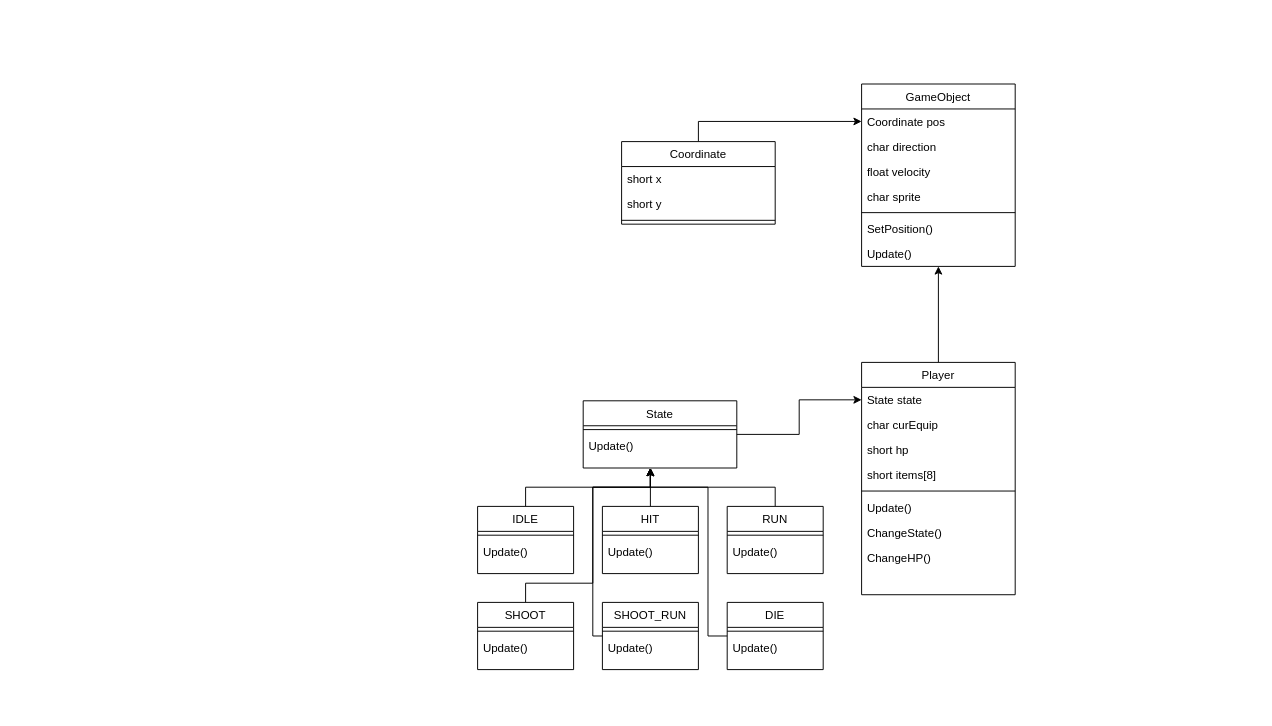
Earlier version of the draw.io diagram server_class_diagram.drawio (kakik/agari). Source tidied: cells renumbered, new cells numbered last; positions are measured from the earlier drawing's top-left corner, leaving out a move shared by most shapes. Both pictures are drawn from the tidied source at 96%, with x=0, y=0 at pixel (477, 84).
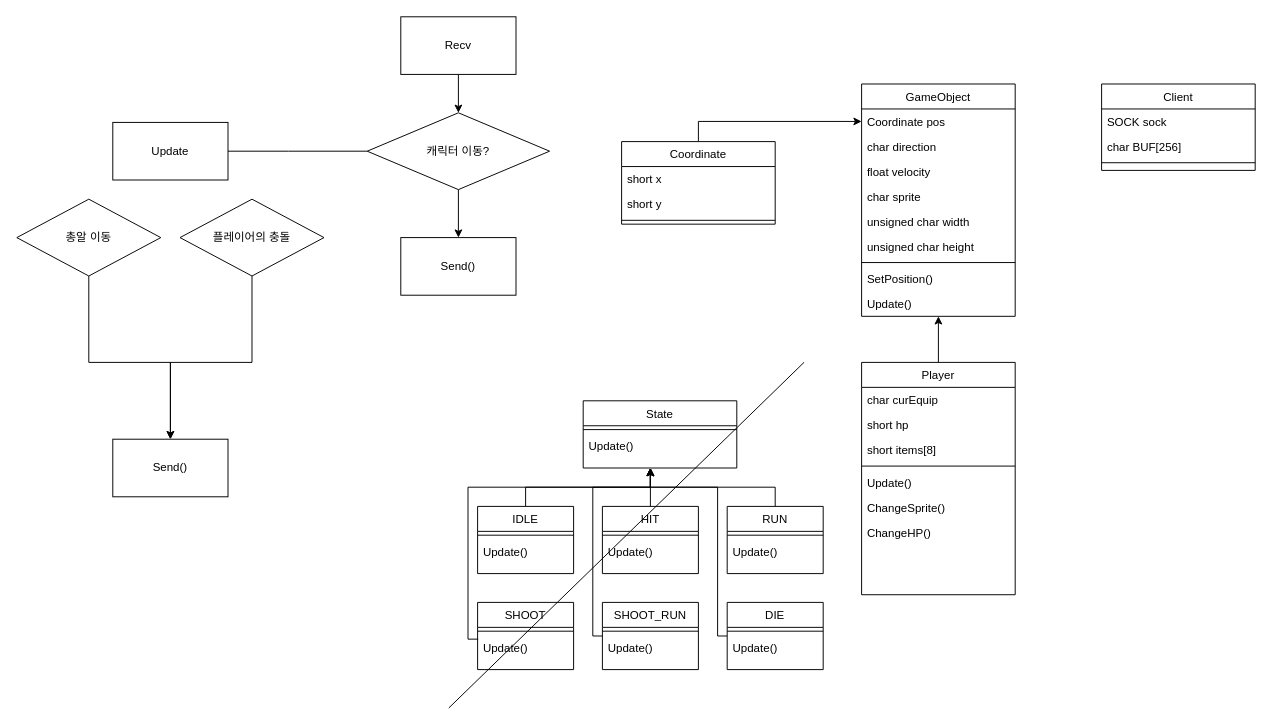
After the change.

Commit message (it also covers changes not shown here):
클래스 다이어그램 변경 / 넷겜플 기획서 1029 버전 추가

The change refers to these unchanged cells:
```xml
<mxCell id="3" value="Player" style="swimlane;fontStyle=0;align=center;verticalAlign=top;horizontal=1;startSize=26;rounded=0;shadow=0;strokeWidth=1;" parent="1" vertex="1">
  <mxGeometry x="400" y="290" width="160" height="242" as="geometry" />
</mxCell>
<mxCell id="13" value="State" style="swimlane;fontStyle=0;align=center;verticalAlign=top;horizontal=1;startSize=26;rounded=0;shadow=0;strokeWidth=1;" parent="1" vertex="1">
  <mxGeometry x="110" y="330" width="160" height="70" as="geometry" />
</mxCell>
<mxCell id="17" value="IDLE" style="swimlane;fontStyle=0;align=center;verticalAlign=top;horizontal=1;startSize=26;rounded=0;shadow=0;strokeWidth=1;" parent="1" vertex="1">
  <mxGeometry y="440" width="100" height="70" as="geometry" />
</mxCell>
<mxCell id="21" value="HIT" style="swimlane;fontStyle=0;align=center;verticalAlign=top;horizontal=1;startSize=26;rounded=0;shadow=0;strokeWidth=1;" parent="1" vertex="1">
  <mxGeometry x="130" y="440" width="100" height="70" as="geometry" />
</mxCell>
<mxCell id="25" value="RUN" style="swimlane;fontStyle=0;align=center;verticalAlign=top;horizontal=1;startSize=26;rounded=0;shadow=0;strokeWidth=1;" parent="1" vertex="1">
  <mxGeometry x="260" y="440" width="100" height="70" as="geometry" />
</mxCell>
<mxCell id="29" value="SHOOT" style="swimlane;fontStyle=0;align=center;verticalAlign=top;horizontal=1;startSize=26;rounded=0;shadow=0;strokeWidth=1;" parent="1" vertex="1">
  <mxGeometry y="540" width="100" height="70" as="geometry" />
</mxCell>
<mxCell id="33" value="DIE" style="swimlane;fontStyle=0;align=center;verticalAlign=top;horizontal=1;startSize=26;rounded=0;shadow=0;strokeWidth=1;" parent="1" vertex="1">
  <mxGeometry x="260" y="540" width="100" height="70" as="geometry" />
</mxCell>
<mxCell id="37" value="SHOOT_RUN" style="swimlane;fontStyle=0;align=center;verticalAlign=top;horizontal=1;startSize=26;rounded=0;shadow=0;strokeWidth=1;" parent="1" vertex="1">
  <mxGeometry x="130" y="540" width="100" height="70" as="geometry" />
</mxCell>
```

Diff of the diagram source:
```diff
@@
-    <mxCell id="4" value="State state" style="text;align=left;verticalAlign=top;spacingLeft=4;spacingRight=4;overflow=hidden;points=[[0,0.5],[1,0.5]];portConstraint=eastwest;rounded=0;shadow=0;html=0;" parent="3" vertex="1">
-      <mxGeometry y="26" width="160" height="26" as="geometry" />
-    </mxCell>
     <mxCell id="5" value="char curEquip" style="text;align=left;verticalAlign=top;spacingLeft=4;spacingRight=4;overflow=hidden;rounded=0;shadow=0;html=0;" parent="3" vertex="1">
-      <mxGeometry y="52" width="160" height="26" as="geometry" />
+      <mxGeometry y="26" width="160" height="26" as="geometry" />
     </mxCell>
     <mxCell id="6" value="short hp" style="text;align=left;verticalAlign=top;spacingLeft=4;spacingRight=4;overflow=hidden;rounded=0;shadow=0;html=0;" parent="3" vertex="1">
-      <mxGeometry y="78" width="160" height="26" as="geometry" />
+      <mxGeometry y="52" width="160" height="26" as="geometry" />
     </mxCell>
     <mxCell id="7" value="short items[8]" style="text;align=left;verticalAlign=top;spacingLeft=4;spacingRight=4;overflow=hidden;rounded=0;shadow=0;html=0;" parent="3" vertex="1">
-      <mxGeometry y="104" width="160" height="26" as="geometry" />
+      <mxGeometry y="78" width="160" height="26" as="geometry" />
     </mxCell>
     <mxCell id="8" style="line;html=1;strokeWidth=1;align=left;verticalAlign=middle;spacingTop=-1;spacingLeft=3;spacingRight=3;labelPosition=right;" parent="3" vertex="1">
-      <mxGeometry y="130" width="160" height="8" as="geometry" />
+      <mxGeometry y="104" width="160" height="8" as="geometry" />
     </mxCell>
     <mxCell id="9" value="Update()" style="text;align=left;verticalAlign=top;spacingLeft=4;spacingRight=4;overflow=hidden;fontStyle=0;" parent="3" vertex="1">
-      <mxGeometry y="138" width="160" height="26" as="geometry" />
+      <mxGeometry y="112" width="160" height="26" as="geometry" />
     </mxCell>
-    <mxCell id="10" value="ChangeState()" style="text;align=left;verticalAlign=top;spacingLeft=4;spacingRight=4;overflow=hidden;" parent="3" vertex="1">
-      <mxGeometry y="164" width="160" height="26" as="geometry" />
+    <mxCell id="10" value="ChangeSprite()" style="text;align=left;verticalAlign=top;spacingLeft=4;spacingRight=4;overflow=hidden;" parent="3" vertex="1">
+      <mxGeometry y="138" width="160" height="26" as="geometry" />
     </mxCell>
     <mxCell id="11" value="ChangeHP()" style="text;align=left;verticalAlign=top;spacingLeft=4;spacingRight=4;overflow=hidden;" parent="3" vertex="1">
-      <mxGeometry y="190" width="160" height="26" as="geometry" />
+      <mxGeometry y="164" width="160" height="26" as="geometry" />
     </mxCell>
-    <mxCell id="12" style="edgeStyle=orthogonalEdgeStyle;rounded=0;jettySize=auto;html=1;entryX=0;entryY=0.5;entryDx=0;entryDy=0;" parent="1" edge="1" source="13" target="4">
-      <mxGeometry relative="1" as="geometry" />
-    </mxCell>
@@
-    <mxCell id="14" style="line;html=1;strokeWidth=1;align=left;verticalAlign=middle;spacingTop=-1;spacingLeft=3;spacingRight=3;labelPosition=right;" parent="13" vertex="1">
+    <mxCell id="14" style="line;html=1;strokeWidth=1;align=left;verticalAlign=middle;spacingTop=-1;spacingLeft=3;spacingRight=3;labelPosition=right;fontStyle=0;" parent="13" vertex="1">
       <mxGeometry y="26" width="160" height="8" as="geometry" />
     </mxCell>
-    <mxCell id="15" value="Update()" style="text;align=left;verticalAlign=top;spacingLeft=4;spacingRight=4;overflow=hidden;rounded=0;shadow=0;html=0;" parent="13" vertex="1">
+    <mxCell id="15" value="Update()" style="text;align=left;verticalAlign=top;spacingLeft=4;spacingRight=4;overflow=hidden;rounded=0;shadow=0;html=0;fontStyle=0;" parent="13" vertex="1">
       <mxGeometry y="34" width="160" height="26" as="geometry" />
     </mxCell>
-    <mxCell id="16" style="edgeStyle=orthogonalEdgeStyle;rounded=0;jettySize=auto;html=1;" parent="1" edge="1" source="17">
+    <mxCell id="16" style="edgeStyle=orthogonalEdgeStyle;rounded=0;jettySize=auto;html=1;fontStyle=0;" parent="1" edge="1" source="17">
       <mxGeometry relative="1" as="geometry">
         <mxPoint x="180" y="400" as="targetPoint" />
         <Array as="points">
           <mxPoint x="50" y="420" />
           <mxPoint x="180" y="420" />
         </Array>
       </mxGeometry>
     </mxCell>
@@
-    <mxCell id="18" style="line;html=1;strokeWidth=1;align=left;verticalAlign=middle;spacingTop=-1;spacingLeft=3;spacingRight=3;labelPosition=right;" parent="17" vertex="1">
+    <mxCell id="18" style="line;html=1;strokeWidth=1;align=left;verticalAlign=middle;spacingTop=-1;spacingLeft=3;spacingRight=3;labelPosition=right;fontStyle=0;" parent="17" vertex="1">
       <mxGeometry y="26" width="100" height="8" as="geometry" />
     </mxCell>
-    <mxCell id="19" value="Update()" style="text;align=left;verticalAlign=top;spacingLeft=4;spacingRight=4;overflow=hidden;rounded=0;shadow=0;html=0;" parent="17" vertex="1">
+    <mxCell id="19" value="Update()" style="text;align=left;verticalAlign=top;spacingLeft=4;spacingRight=4;overflow=hidden;rounded=0;shadow=0;html=0;fontStyle=0;" parent="17" vertex="1">
       <mxGeometry y="34" width="100" height="26" as="geometry" />
     </mxCell>
-    <mxCell id="20" style="edgeStyle=orthogonalEdgeStyle;rounded=0;jettySize=auto;html=1;" parent="1" edge="1" source="21">
+    <mxCell id="20" style="edgeStyle=orthogonalEdgeStyle;rounded=0;jettySize=auto;html=1;fontStyle=0;" parent="1" edge="1" source="21">
       <mxGeometry relative="1" as="geometry">
         <mxPoint x="180" y="400" as="targetPoint" />
       </mxGeometry>
     </mxCell>
@@
-    <mxCell id="22" style="line;html=1;strokeWidth=1;align=left;verticalAlign=middle;spacingTop=-1;spacingLeft=3;spacingRight=3;labelPosition=right;" parent="21" vertex="1">
+    <mxCell id="22" style="line;html=1;strokeWidth=1;align=left;verticalAlign=middle;spacingTop=-1;spacingLeft=3;spacingRight=3;labelPosition=right;fontStyle=0;" parent="21" vertex="1">
       <mxGeometry y="26" width="100" height="8" as="geometry" />
     </mxCell>
-    <mxCell id="23" value="Update()" style="text;align=left;verticalAlign=top;spacingLeft=4;spacingRight=4;overflow=hidden;rounded=0;shadow=0;html=0;" parent="21" vertex="1">
+    <mxCell id="23" value="Update()" style="text;align=left;verticalAlign=top;spacingLeft=4;spacingRight=4;overflow=hidden;rounded=0;shadow=0;html=0;fontStyle=0;" parent="21" vertex="1">
       <mxGeometry y="34" width="100" height="26" as="geometry" />
     </mxCell>
-    <mxCell id="24" style="edgeStyle=orthogonalEdgeStyle;rounded=0;jettySize=auto;html=1;" parent="1" edge="1" source="25">
+    <mxCell id="24" style="edgeStyle=orthogonalEdgeStyle;rounded=0;jettySize=auto;html=1;fontStyle=0;" parent="1" edge="1" source="25">
       <mxGeometry relative="1" as="geometry">
         <mxPoint x="180" y="400" as="targetPoint" />
         <Array as="points">
           <mxPoint x="310" y="420" />
           <mxPoint x="180" y="420" />
         </Array>
       </mxGeometry>
     </mxCell>
@@
-    <mxCell id="26" style="line;html=1;strokeWidth=1;align=left;verticalAlign=middle;spacingTop=-1;spacingLeft=3;spacingRight=3;labelPosition=right;" parent="25" vertex="1">
+    <mxCell id="26" style="line;html=1;strokeWidth=1;align=left;verticalAlign=middle;spacingTop=-1;spacingLeft=3;spacingRight=3;labelPosition=right;fontStyle=0;" parent="25" vertex="1">
       <mxGeometry y="26" width="100" height="8" as="geometry" />
     </mxCell>
-    <mxCell id="27" value="Update()" style="text;align=left;verticalAlign=top;spacingLeft=4;spacingRight=4;overflow=hidden;rounded=0;shadow=0;html=0;" parent="25" vertex="1">
+    <mxCell id="27" value="Update()" style="text;align=left;verticalAlign=top;spacingLeft=4;spacingRight=4;overflow=hidden;rounded=0;shadow=0;html=0;fontStyle=0;" parent="25" vertex="1">
       <mxGeometry y="34" width="100" height="26" as="geometry" />
     </mxCell>
-    <mxCell id="28" style="edgeStyle=orthogonalEdgeStyle;rounded=0;jettySize=auto;html=1;exitX=0.5;exitY=0;exitDx=0;exitDy=0;" parent="1" edge="1" source="29">
+    <mxCell id="28" style="edgeStyle=orthogonalEdgeStyle;rounded=0;jettySize=auto;html=1;exitX=0.006;exitY=0.164;exitDx=0;exitDy=0;exitPerimeter=0;fontStyle=0;" parent="1" edge="1" source="31">
       <mxGeometry relative="1" as="geometry">
         <mxPoint x="180" y="400" as="targetPoint" />
         <Array as="points">
-          <mxPoint x="50" y="520" />
-          <mxPoint x="120" y="520" />
-          <mxPoint x="120" y="420" />
+          <mxPoint x="-10" y="578" />
+          <mxPoint x="-10" y="420" />
           <mxPoint x="180" y="420" />
         </Array>
       </mxGeometry>
     </mxCell>
@@
-    <mxCell id="30" style="line;html=1;strokeWidth=1;align=left;verticalAlign=middle;spacingTop=-1;spacingLeft=3;spacingRight=3;labelPosition=right;" parent="29" vertex="1">
+    <mxCell id="30" style="line;html=1;strokeWidth=1;align=left;verticalAlign=middle;spacingTop=-1;spacingLeft=3;spacingRight=3;labelPosition=right;fontStyle=0;" parent="29" vertex="1">
       <mxGeometry y="26" width="100" height="8" as="geometry" />
     </mxCell>
-    <mxCell id="31" value="Update()" style="text;align=left;verticalAlign=top;spacingLeft=4;spacingRight=4;overflow=hidden;points=[[0,0.5],[1,0.5]];portConstraint=eastwest;rounded=0;shadow=0;html=0;" parent="29" vertex="1">
+    <mxCell id="31" value="Update()" style="text;align=left;verticalAlign=top;spacingLeft=4;spacingRight=4;overflow=hidden;points=[[0,0.5],[1,0.5]];portConstraint=eastwest;rounded=0;shadow=0;html=0;fontStyle=0;" parent="29" vertex="1">
       <mxGeometry y="34" width="100" height="26" as="geometry" />
     </mxCell>
-    <mxCell id="32" style="edgeStyle=orthogonalEdgeStyle;rounded=0;jettySize=auto;html=1;" parent="1" edge="1" source="33">
+    <mxCell id="32" style="edgeStyle=orthogonalEdgeStyle;rounded=0;jettySize=auto;html=1;fontStyle=0;" parent="1" edge="1" source="33">
       <mxGeometry relative="1" as="geometry">
         <mxPoint x="180" y="400" as="targetPoint" />
         <Array as="points">
-          <mxPoint x="240" y="575" />
-          <mxPoint x="240" y="420" />
+          <mxPoint x="250" y="575" />
+          <mxPoint x="250" y="420" />
           <mxPoint x="180" y="420" />
         </Array>
       </mxGeometry>
     </mxCell>
@@
-    <mxCell id="34" style="line;html=1;strokeWidth=1;align=left;verticalAlign=middle;spacingTop=-1;spacingLeft=3;spacingRight=3;labelPosition=right;" parent="33" vertex="1">
+    <mxCell id="34" style="line;html=1;strokeWidth=1;align=left;verticalAlign=middle;spacingTop=-1;spacingLeft=3;spacingRight=3;labelPosition=right;fontStyle=0;" parent="33" vertex="1">
       <mxGeometry y="26" width="100" height="8" as="geometry" />
     </mxCell>
-    <mxCell id="35" value="Update()" style="text;align=left;verticalAlign=top;spacingLeft=4;spacingRight=4;overflow=hidden;rounded=0;shadow=0;html=0;" parent="33" vertex="1">
+    <mxCell id="35" value="Update()" style="text;align=left;verticalAlign=top;spacingLeft=4;spacingRight=4;overflow=hidden;rounded=0;shadow=0;html=0;fontStyle=0;" parent="33" vertex="1">
       <mxGeometry y="34" width="100" height="26" as="geometry" />
     </mxCell>
-    <mxCell id="36" style="edgeStyle=orthogonalEdgeStyle;rounded=0;jettySize=auto;html=1;" parent="1" edge="1" source="37">
+    <mxCell id="36" style="edgeStyle=orthogonalEdgeStyle;rounded=0;jettySize=auto;html=1;fontStyle=0;" parent="1" edge="1" source="37">
       <mxGeometry relative="1" as="geometry">
         <mxPoint x="180" y="400" as="targetPoint" />
         <Array as="points">
           <mxPoint x="120" y="575" />
           <mxPoint x="120" y="420" />
           <mxPoint x="180" y="420" />
         </Array>
       </mxGeometry>
     </mxCell>
@@
-    <mxCell id="38" style="line;html=1;strokeWidth=1;align=left;verticalAlign=middle;spacingTop=-1;spacingLeft=3;spacingRight=3;labelPosition=right;" parent="37" vertex="1">
+    <mxCell id="38" style="line;html=1;strokeWidth=1;align=left;verticalAlign=middle;spacingTop=-1;spacingLeft=3;spacingRight=3;labelPosition=right;fontStyle=0;" parent="37" vertex="1">
       <mxGeometry y="26" width="100" height="8" as="geometry" />
     </mxCell>
-    <mxCell id="39" value="Update()" style="text;align=left;verticalAlign=top;spacingLeft=4;spacingRight=4;overflow=hidden;rounded=0;shadow=0;html=0;" parent="37" vertex="1">
+    <mxCell id="39" value="Update()" style="text;align=left;verticalAlign=top;spacingLeft=4;spacingRight=4;overflow=hidden;rounded=0;shadow=0;html=0;fontStyle=0;" parent="37" vertex="1">
       <mxGeometry y="34" width="100" height="26" as="geometry" />
     </mxCell>
@@
     <mxCell id="45" value="GameObject" style="swimlane;fontStyle=0;align=center;verticalAlign=top;horizontal=1;startSize=26;rounded=0;shadow=0;strokeWidth=1;" parent="1" vertex="1">
-      <mxGeometry x="400" width="160" height="190" as="geometry" />
+      <mxGeometry x="400" width="160" height="242" as="geometry" />
     </mxCell>
@@
+    <mxCell id="53" value="unsigned char width" style="text;align=left;verticalAlign=top;spacingLeft=4;spacingRight=4;overflow=hidden;" parent="45" vertex="1">
+      <mxGeometry y="130" width="160" height="26" as="geometry" />
+    </mxCell>
+    <mxCell id="54" value="unsigned char height" style="text;align=left;verticalAlign=top;spacingLeft=4;spacingRight=4;overflow=hidden;" parent="45" vertex="1">
+      <mxGeometry y="156" width="160" height="26" as="geometry" />
+    </mxCell>
     <mxCell id="50" style="line;html=1;strokeWidth=1;align=left;verticalAlign=middle;spacingTop=-1;spacingLeft=3;spacingRight=3;labelPosition=right;" parent="45" vertex="1">
-      <mxGeometry y="130" width="160" height="8" as="geometry" />
+      <mxGeometry y="182" width="160" height="8" as="geometry" />
     </mxCell>
     <mxCell id="51" value="SetPosition()" style="text;align=left;verticalAlign=top;spacingLeft=4;spacingRight=4;overflow=hidden;rounded=0;shadow=0;html=0;" parent="45" vertex="1">
-      <mxGeometry y="138" width="160" height="26" as="geometry" />
+      <mxGeometry y="190" width="160" height="26" as="geometry" />
     </mxCell>
     <mxCell id="52" value="Update()" style="text;align=left;verticalAlign=top;spacingLeft=4;spacingRight=4;overflow=hidden;rounded=0;shadow=0;html=0;" parent="45" vertex="1">
-      <mxGeometry y="164" width="160" height="26" as="geometry" />
+      <mxGeometry y="216" width="160" height="26" as="geometry" />
     </mxCell>
+    <mxCell id="55" value="Client&#10;" style="swimlane;fontStyle=0;align=center;verticalAlign=top;horizontal=1;startSize=26;rounded=0;shadow=0;strokeWidth=1;" parent="1" vertex="1">
+      <mxGeometry x="650" width="160" height="90" as="geometry" />
+    </mxCell>
+    <mxCell id="56" value="SOCK sock" style="text;align=left;verticalAlign=top;spacingLeft=4;spacingRight=4;overflow=hidden;rounded=0;shadow=0;html=0;" parent="55" vertex="1">
+      <mxGeometry y="26" width="160" height="26" as="geometry" />
+    </mxCell>
+    <mxCell id="57" value="char BUF[256]" style="text;align=left;verticalAlign=top;spacingLeft=4;spacingRight=4;overflow=hidden;rounded=0;shadow=0;html=0;" parent="55" vertex="1">
+      <mxGeometry y="52" width="160" height="26" as="geometry" />
+    </mxCell>
+    <mxCell id="58" style="line;html=1;strokeWidth=1;align=left;verticalAlign=middle;spacingTop=-1;spacingLeft=3;spacingRight=3;labelPosition=right;" parent="55" vertex="1">
+      <mxGeometry y="78" width="160" height="8" as="geometry" />
+    </mxCell>
+    <mxCell id="59" style="edgeStyle=orthogonalEdgeStyle;rounded=0;jettySize=auto;html=1;" parent="1" edge="1" source="60" target="61">
+      <mxGeometry relative="1" as="geometry">
+        <Array as="points">
+          <mxPoint x="-235" y="290" />
+          <mxPoint x="-320" y="290" />
+        </Array>
+      </mxGeometry>
+    </mxCell>
+    <mxCell id="60" value="플레이어의 충돌" style="rhombus;whiteSpace=wrap;html=1;" parent="1" vertex="1">
+      <mxGeometry x="-310" y="120" width="150" height="80" as="geometry" />
+    </mxCell>
+    <mxCell id="61" value="Send()" style="whiteSpace=wrap;html=1;" parent="1" vertex="1">
+      <mxGeometry x="-380" y="370" width="120" height="60" as="geometry" />
+    </mxCell>
+    <mxCell id="62" style="edgeStyle=orthogonalEdgeStyle;rounded=0;jettySize=auto;html=1;entryX=0.5;entryY=0;entryDx=0;entryDy=0;exitX=0.5;exitY=1;exitDx=0;exitDy=0;" parent="1" edge="1" source="63" target="61">
+      <mxGeometry relative="1" as="geometry">
+        <Array as="points">
+          <mxPoint x="-405" y="290" />
+          <mxPoint x="-320" y="290" />
+        </Array>
+      </mxGeometry>
+    </mxCell>
+    <mxCell id="63" value="총알 이동" style="rhombus;whiteSpace=wrap;html=1;" parent="1" vertex="1">
+      <mxGeometry x="-480" y="120" width="150" height="80" as="geometry" />
+    </mxCell>
+    <mxCell id="64" value="Send()" style="whiteSpace=wrap;html=1;" parent="1" vertex="1">
+      <mxGeometry x="-80" y="160" width="120" height="60" as="geometry" />
+    </mxCell>
+    <mxCell id="65" style="edgeStyle=orthogonalEdgeStyle;rounded=0;jettySize=auto;html=1;entryX=0.5;entryY=0;entryDx=0;entryDy=0;" parent="1" edge="1" source="66" target="69">
+      <mxGeometry relative="1" as="geometry" />
+    </mxCell>
+    <mxCell id="66" value="Recv" style="rounded=0;whiteSpace=wrap;html=1;" parent="1" vertex="1">
+      <mxGeometry x="-80" y="-70" width="120" height="60" as="geometry" />
+    </mxCell>
+    <mxCell id="67" style="edgeStyle=orthogonalEdgeStyle;rounded=0;jettySize=auto;html=1;" parent="1" edge="1" source="69" target="64">
+      <mxGeometry relative="1" as="geometry" />
+    </mxCell>
+    <mxCell id="68" style="edgeStyle=orthogonalEdgeStyle;rounded=0;jettySize=auto;html=1;" parent="1" edge="1" source="69">
+      <mxGeometry relative="1" as="geometry">
+        <mxPoint x="-280" y="70" as="targetPoint" />
+      </mxGeometry>
+    </mxCell>
+    <mxCell id="69" value="캐릭터 이동?" style="rhombus;whiteSpace=wrap;html=1;" parent="1" vertex="1">
+      <mxGeometry x="-115" y="30" width="190" height="80" as="geometry" />
+    </mxCell>
+    <mxCell id="70" value="Update" style="rounded=0;whiteSpace=wrap;html=1;" parent="1" vertex="1">
+      <mxGeometry x="-380" y="40" width="120" height="60" as="geometry" />
+    </mxCell>
+    <mxCell id="71" style="endArrow=none;html=1;rounded=0;" parent="1" edge="1">
+      <mxGeometry relative="1" as="geometry">
+        <mxPoint x="-30" y="650" as="sourcePoint" />
+        <mxPoint x="340" y="290" as="targetPoint" />
+      </mxGeometry>
+    </mxCell>
```
